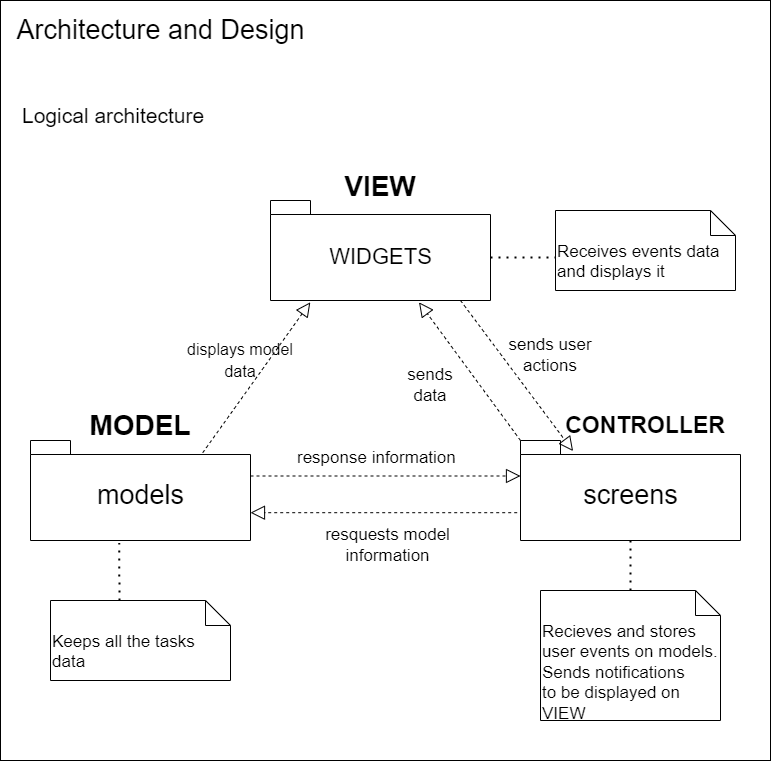
Earlier version of the draw.io export images/logical-architecture.drawio.png (LEIC-ES-2021-22/3LEIC01T1). Source tidied: cells renumbered, new cells last; positions are measured from the earlier drawing's top-left corner, leaving out a move shared by most shapes.
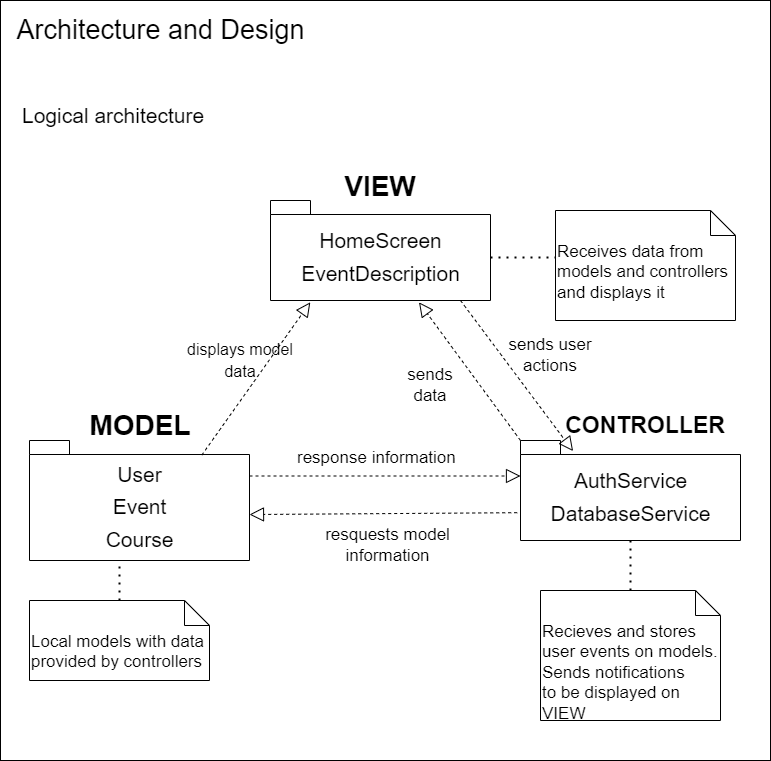
The same diagram one commit later.

The edit, as a diff of the source:
```diff
@@ -11,13 +11,13 @@
     <mxCell id="4" value="Logical architecture" style="text;html=1;strokeColor=none;fillColor=none;align=left;verticalAlign=middle;whiteSpace=wrap;rounded=0;fontSize=21;" parent="1" vertex="1">
       <mxGeometry x="20" y="100" width="260" height="30" as="geometry" />
     </mxCell>
-    <mxCell id="5" value="&lt;span style=&quot;font-weight: normal&quot;&gt;screens&lt;/span&gt;" style="shape=folder;fontStyle=1;spacingTop=10;tabWidth=40;tabHeight=14;tabPosition=left;html=1;fontSize=27;" parent="1" vertex="1">
+    <mxCell id="5" value="&lt;font style=&quot;font-size: 21px&quot;&gt;&lt;span style=&quot;font-weight: 400&quot;&gt;AuthService&lt;br&gt;DatabaseService&lt;br&gt;&lt;/span&gt;&lt;/font&gt;" style="shape=folder;fontStyle=1;spacingTop=10;tabWidth=40;tabHeight=14;tabPosition=left;html=1;fontSize=27;" parent="1" vertex="1">
       <mxGeometry x="520" y="440" width="220" height="100" as="geometry" />
     </mxCell>
-    <mxCell id="6" value="&lt;span style=&quot;font-weight: normal&quot;&gt;models&lt;/span&gt;" style="shape=folder;fontStyle=1;spacingTop=10;tabWidth=40;tabHeight=14;tabPosition=left;html=1;fontSize=27;" parent="1" vertex="1">
-      <mxGeometry x="30" y="440" width="220" height="100" as="geometry" />
+    <mxCell id="6" value="&lt;span style=&quot;font-weight: normal ; font-size: 21px&quot;&gt;&lt;font style=&quot;font-size: 21px&quot;&gt;User&lt;br&gt;Event&lt;br&gt;Course&lt;br&gt;&lt;/font&gt;&lt;/span&gt;" style="shape=folder;fontStyle=1;spacingTop=10;tabWidth=40;tabHeight=14;tabPosition=left;html=1;fontSize=27;" parent="1" vertex="1">
+      <mxGeometry x="29" y="440" width="220" height="120" as="geometry" />
     </mxCell>
-    <mxCell id="7" value="&lt;span style=&quot;font-weight: normal&quot;&gt;&lt;font style=&quot;font-size: 22px&quot;&gt;WIDGETS&lt;/font&gt;&lt;/span&gt;" style="shape=folder;fontStyle=1;spacingTop=10;tabWidth=40;tabHeight=14;tabPosition=left;html=1;fontSize=27;" parent="1" vertex="1">
+    <mxCell id="7" value="&lt;font style=&quot;font-size: 21px&quot;&gt;&lt;span style=&quot;font-weight: normal&quot;&gt;HomeScreen&lt;br&gt;EventDescription&lt;/span&gt;&lt;br&gt;&lt;/font&gt;" style="shape=folder;fontStyle=1;spacingTop=10;tabWidth=40;tabHeight=14;tabPosition=left;html=1;fontSize=27;" parent="1" vertex="1">
       <mxGeometry x="270" y="200" width="220" height="100" as="geometry" />
     </mxCell>
     <mxCell id="8" value="&lt;font style=&quot;font-size: 16px&quot;&gt;displays model data&lt;/font&gt;" style="text;html=1;strokeColor=none;fillColor=none;align=center;verticalAlign=middle;whiteSpace=wrap;rounded=0;fontSize=18;" parent="1" vertex="1">
@@ -46,7 +46,7 @@
     <mxCell id="15" style="endArrow=block;dashed=1;endFill=0;endSize=12;html=1;fontSize=23;exitX=0;exitY=0;exitDx=220;exitDy=35.5;exitPerimeter=0;entryX=0;entryY=0;entryDx=0;entryDy=35.5;entryPerimeter=0;" parent="1" edge="1" source="6" target="5">
       <mxGeometry relative="1" as="geometry" />
     </mxCell>
-    <mxCell id="16" style="endArrow=block;dashed=1;endFill=0;endSize=12;html=1;fontSize=23;exitX=-0.015;exitY=0.722;exitDx=0;exitDy=0;exitPerimeter=0;entryX=1;entryY=0.722;entryDx=0;entryDy=0;entryPerimeter=0;" parent="1" edge="1" source="5" target="6">
+    <mxCell id="16" style="endArrow=block;dashed=1;endFill=0;endSize=12;html=1;fontSize=23;exitX=-0.015;exitY=0.722;exitDx=0;exitDy=0;exitPerimeter=0;entryX=1;entryY=0.617;entryDx=0;entryDy=0;entryPerimeter=0;" parent="1" edge="1" source="5" target="6">
       <mxGeometry relative="1" as="geometry" />
     </mxCell>
     <mxCell id="17" value="&lt;div&gt;&lt;span&gt;&lt;font style=&quot;font-size: 17px&quot;&gt;response information&lt;/font&gt;&lt;/span&gt;&lt;/div&gt;" style="text;html=1;strokeColor=none;fillColor=none;align=left;verticalAlign=middle;whiteSpace=wrap;rounded=0;fontSize=23;" parent="1" vertex="1">
@@ -66,16 +66,14 @@
         <mxPoint x="560" y="257" as="targetPoint" />
       </mxGeometry>
     </mxCell>
-    <mxCell id="22" value="Receives events data&lt;br&gt;and displays it&lt;br&gt;&lt;div style=&quot;text-align: justify&quot;&gt;&lt;/div&gt;" style="shape=note2;boundedLbl=1;whiteSpace=wrap;html=1;size=25;verticalAlign=top;align=left;fontSize=17;" parent="1" vertex="1">
-      <mxGeometry x="555" y="210" width="180" height="80" as="geometry" />
+    <mxCell id="22" value="Receives data from models and controllers&lt;br&gt;and displays it&lt;br&gt;&lt;div style=&quot;text-align: justify&quot;&gt;&lt;/div&gt;" style="shape=note2;boundedLbl=1;whiteSpace=wrap;html=1;size=25;verticalAlign=top;align=left;fontSize=17;" parent="1" vertex="1">
+      <mxGeometry x="555" y="210" width="180" height="110" as="geometry" />
     </mxCell>
-    <mxCell id="23" value="Keeps all the tasks&amp;nbsp;&lt;br&gt;data&lt;br&gt;&lt;div style=&quot;text-align: justify&quot;&gt;&lt;/div&gt;" style="shape=note2;boundedLbl=1;whiteSpace=wrap;html=1;size=25;verticalAlign=top;align=left;fontSize=17;" parent="1" vertex="1">
-      <mxGeometry x="50" y="600" width="180" height="80" as="geometry" />
+    <mxCell id="23" value="Local models with data provided by controllers&lt;br&gt;&lt;div style=&quot;text-align: justify&quot;&gt;&lt;/div&gt;" style="shape=note2;boundedLbl=1;whiteSpace=wrap;html=1;size=25;verticalAlign=top;align=left;fontSize=17;" parent="1" vertex="1">
+      <mxGeometry x="29" y="600" width="180" height="80" as="geometry" />
     </mxCell>
-    <mxCell id="24" style="endArrow=none;dashed=1;html=1;dashPattern=1 3;strokeWidth=2;fontSize=17;entryX=0.403;entryY=1.026;entryDx=0;entryDy=0;entryPerimeter=0;" parent="1" edge="1" target="6">
-      <mxGeometry relative="1" as="geometry">
-        <mxPoint x="119" y="600" as="sourcePoint" />
-      </mxGeometry>
+    <mxCell id="24" style="endArrow=none;dashed=1;html=1;dashPattern=1 3;strokeWidth=2;fontSize=17;exitX=0.5;exitY=0;exitDx=0;exitDy=0;exitPerimeter=0;entryX=0.409;entryY=1.017;entryDx=0;entryDy=0;entryPerimeter=0;" parent="1" edge="1" source="23" target="6">
+      <mxGeometry relative="1" as="geometry" />
     </mxCell>
     <mxCell id="25" style="endArrow=none;dashed=1;html=1;dashPattern=1 3;strokeWidth=2;fontSize=17;exitX=0.5;exitY=1;exitDx=0;exitDy=0;exitPerimeter=0;entryX=0.5;entryY=0;entryDx=0;entryDy=0;entryPerimeter=0;" parent="1" edge="1" source="5" target="26">
       <mxGeometry relative="1" as="geometry" />
```
